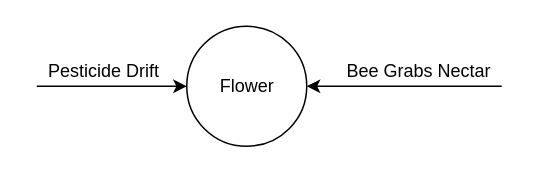
The draw.io diagram Finite State Machines/Flower FSM.drawio in benwingerter/bee-simulation, before the edit. Source tidied: cells renumbered, new cells numbered last; positions are measured from the earlier drawing's top-left corner, leaving out a move shared by most shapes. Both pictures are drawn from the tidied source at 150%, with x=0, y=0 at pixel (36, 26).
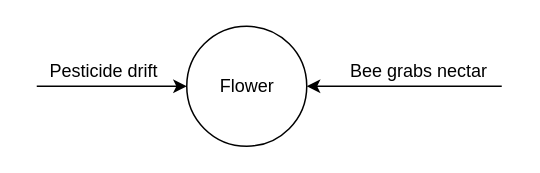
The same diagram, later.

The edit, as a diff of the source:
```diff
@@
 <mxGraphModel>
   <root>
     <mxCell id="0" />
     <mxCell id="1" parent="0" />
     <mxCell id="2" style="group;" parent="1" vertex="1">
       <mxGeometry x="100" width="90" height="80" as="geometry" />
     </mxCell>
     <mxCell id="3" style="ellipse;whiteSpace=wrap;html=1;" parent="2" vertex="1">
       <mxGeometry width="80" height="80" as="geometry" />
     </mxCell>
     <mxCell id="4" value="&lt;div&gt;Flower&lt;/div&gt;" style="text;html=1;align=center;verticalAlign=middle;fillColor=none;strokeColor=none;rounded=0;" parent="2" vertex="1">
       <mxGeometry x="15" y="30" width="50" height="20" as="geometry" />
     </mxCell>
-    <mxCell id="5" value="Pesticide Drift" style="text;html=1;strokeColor=none;fillColor=none;align=center;verticalAlign=middle;whiteSpace=wrap;rounded=0;" parent="1" vertex="1">
+    <mxCell id="5" value="Pesticide drift" style="text;html=1;strokeColor=none;fillColor=none;align=center;verticalAlign=middle;whiteSpace=wrap;rounded=0;" parent="1" vertex="1">
       <mxGeometry x="5" y="20" width="80" height="20" as="geometry" />
     </mxCell>
     <mxCell id="6" style="endArrow=classic;html=1;rounded=0;entryX=0;entryY=0.5;entryDx=0;entryDy=0;" parent="1" edge="1" target="3">
       <mxGeometry relative="1" as="geometry">
         <mxPoint y="40" as="sourcePoint" />
       </mxGeometry>
     </mxCell>
     <mxCell id="7" style="endArrow=classic;html=1;rounded=0;entryX=1;entryY=0.5;entryDx=0;entryDy=0;exitX=1;exitY=1;exitDx=0;exitDy=0;" parent="1" edge="1" source="8" target="3">
       <mxGeometry relative="1" as="geometry" />
     </mxCell>
-    <mxCell id="8" value="Bee Grabs Nectar" style="text;html=1;strokeColor=none;fillColor=none;align=center;verticalAlign=middle;whiteSpace=wrap;rounded=0;" parent="1" vertex="1">
+    <mxCell id="8" value="Bee grabs nectar" style="text;html=1;strokeColor=none;fillColor=none;align=center;verticalAlign=middle;whiteSpace=wrap;rounded=0;" parent="1" vertex="1">
       <mxGeometry x="200" y="20" width="110" height="20" as="geometry" />
     </mxCell>
   </root>
 </mxGraphModel>
```
